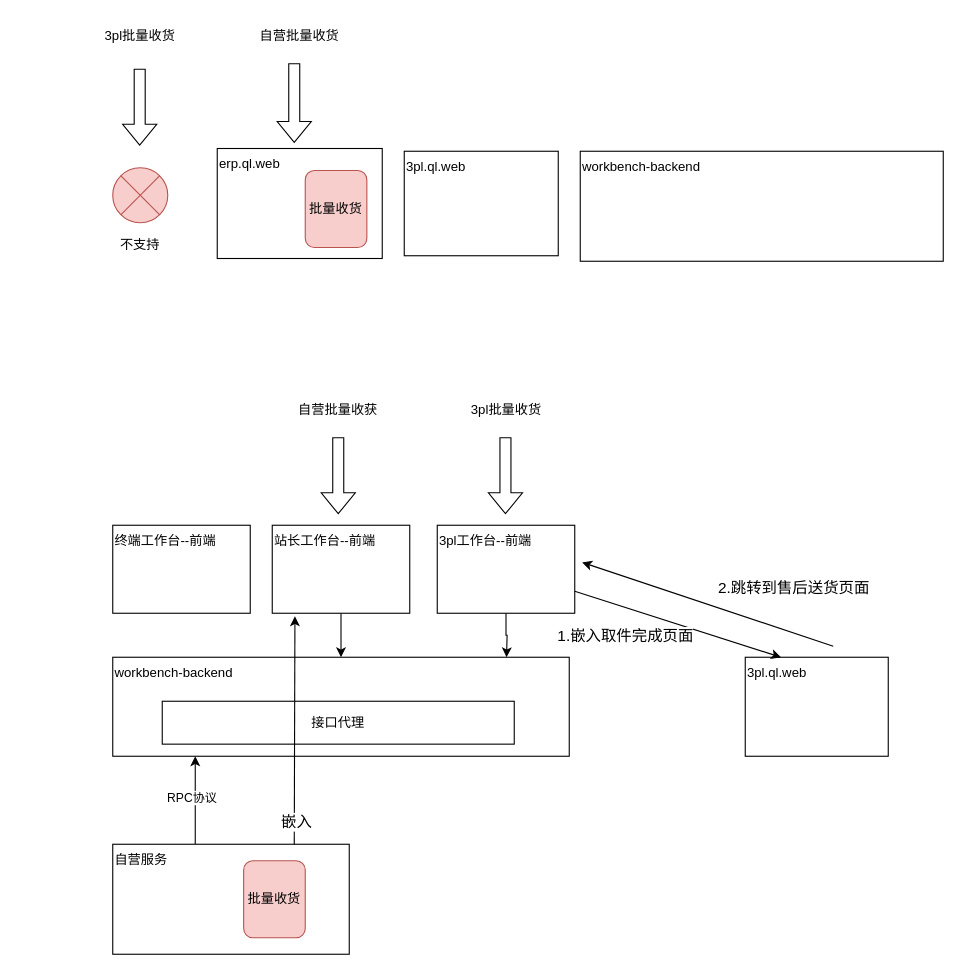
Earlier version of the draw.io diagram profile/零售批量收获与3pl系统关系.drawio (shin-asuka/master). Source tidied: cells renumbered, new cells numbered last; positions are measured from the earlier drawing's top-left corner, leaving out a move shared by most shapes. Both pictures are drawn from the tidied source at 110%, with x=0, y=0 at pixel (96, 19).
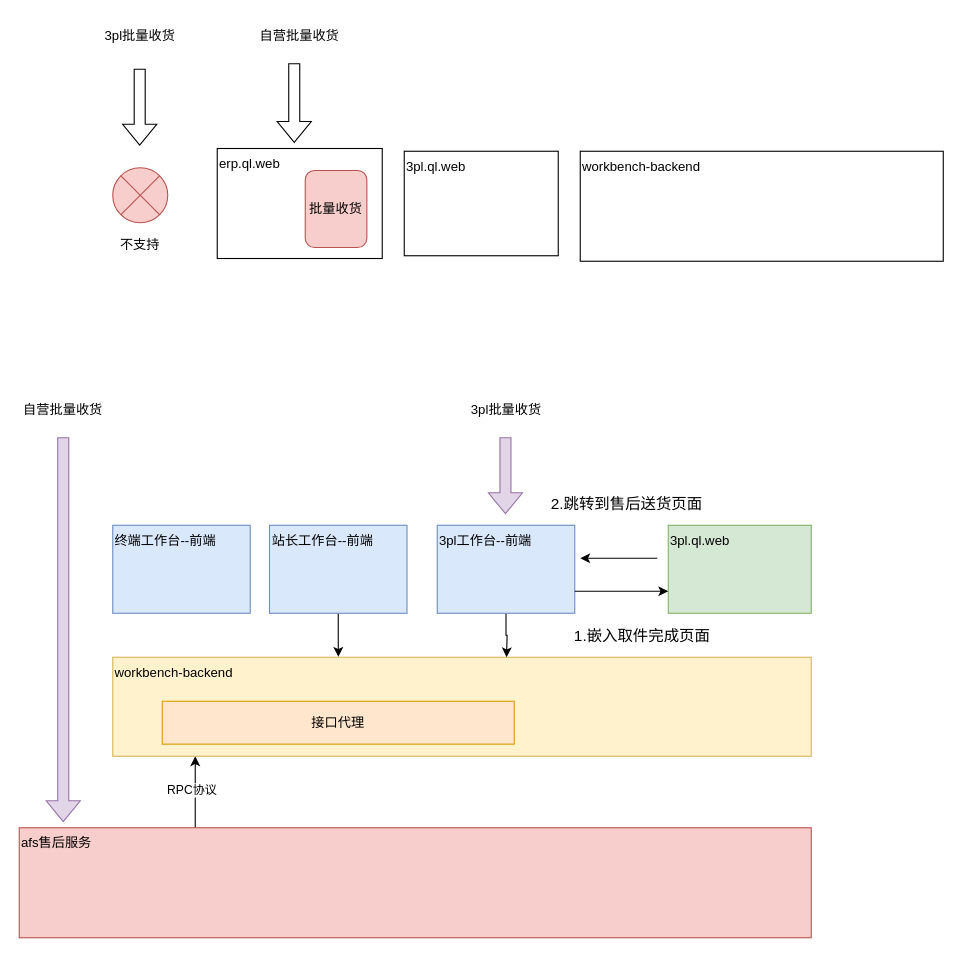
Above is the later version.

Commit message (it also covers changes not shown here):
更新零售批量收获与3pl系统关系.drawio

Diff of the diagram source:
```diff
@@
-    <mxCell id="14" value="自营服务" style="rounded=0;whiteSpace=wrap;html=1;verticalAlign=top;align=left;" parent="1" vertex="1">
-      <mxGeometry x="15" y="750" width="215" height="100" as="geometry" />
+    <mxCell id="14" value="afs售后服务" style="rounded=0;whiteSpace=wrap;html=1;verticalAlign=top;align=left;fillColor=#f8cecc;strokeColor=#b85450;" parent="1" vertex="1">
+      <mxGeometry x="-70" y="735" width="720" height="100" as="geometry" />
     </mxCell>
-    <mxCell id="15" value="3pl.ql.web" style="rounded=0;whiteSpace=wrap;html=1;verticalAlign=top;align=left;" parent="1" vertex="1">
-      <mxGeometry x="590" y="580" width="130" height="90" as="geometry" />
+    <mxCell id="15" value="3pl.ql.web" style="rounded=0;whiteSpace=wrap;html=1;verticalAlign=top;align=left;fillColor=#d5e8d4;strokeColor=#82b366;" parent="1" vertex="1">
+      <mxGeometry x="520" y="460" width="130" height="80" as="geometry" />
     </mxCell>
-    <mxCell id="16" value="workbench-backend" style="rounded=0;whiteSpace=wrap;html=1;align=left;verticalAlign=top;" parent="1" vertex="1">
-      <mxGeometry x="15" y="580" width="415" height="90" as="geometry" />
+    <mxCell id="16" value="workbench-backend" style="rounded=0;whiteSpace=wrap;html=1;align=left;verticalAlign=top;fillColor=#fff2cc;strokeColor=#d6b656;" parent="1" vertex="1">
+      <mxGeometry x="15" y="580" width="635" height="90" as="geometry" />
     </mxCell>
-    <mxCell id="17" value="批量收货" style="rounded=1;whiteSpace=wrap;html=1;fillColor=#f8cecc;strokeColor=#b85450;" parent="1" vertex="1">
-      <mxGeometry x="134" y="765" width="56" height="70" as="geometry" />
-    </mxCell>
-    <mxCell id="18" value="终端工作台--前端" style="rounded=0;whiteSpace=wrap;html=1;align=left;verticalAlign=top;" parent="1" vertex="1">
+    <mxCell id="18" value="终端工作台--前端" style="rounded=0;whiteSpace=wrap;html=1;align=left;verticalAlign=top;fillColor=#dae8fc;strokeColor=#6c8ebf;" parent="1" vertex="1">
       <mxGeometry x="15" y="460" width="125" height="80" as="geometry" />
     </mxCell>
-    <mxCell id="19" style="edgeStyle=orthogonalEdgeStyle;rounded=0;jettySize=auto;html=1;" parent="1" edge="1" source="20" target="16">
+    <mxCell id="19" style="edgeStyle=orthogonalEdgeStyle;rounded=0;jettySize=auto;html=1;entryX=0.323;entryY=-0.004;entryDx=0;entryDy=0;entryPerimeter=0;" parent="1" edge="1" source="20" target="16">
       <mxGeometry relative="1" as="geometry" />
     </mxCell>
-    <mxCell id="20" value="站长工作台--前端" style="rounded=0;whiteSpace=wrap;html=1;align=left;verticalAlign=top;" parent="1" vertex="1">
-      <mxGeometry x="160" y="460" width="125" height="80" as="geometry" />
+    <mxCell id="20" value="站长工作台--前端" style="rounded=0;whiteSpace=wrap;html=1;align=left;verticalAlign=top;fillColor=#dae8fc;strokeColor=#6c8ebf;" parent="1" vertex="1">
+      <mxGeometry x="157.5" y="460" width="125" height="80" as="geometry" />
     </mxCell>
@@
-    <mxCell id="22" value="3pl工作台--前端" style="rounded=0;whiteSpace=wrap;html=1;align=left;verticalAlign=top;" parent="1" vertex="1">
+    <mxCell id="22" value="3pl工作台--前端" style="rounded=0;whiteSpace=wrap;html=1;align=left;verticalAlign=top;fillColor=#dae8fc;strokeColor=#6c8ebf;" parent="1" vertex="1">
       <mxGeometry x="310" y="460" width="125" height="80" as="geometry" />
     </mxCell>
-    <mxCell id="23" style="shape=flexArrow;endArrow=classic;html=1;rounded=0;" parent="1" edge="1">
+    <mxCell id="23" style="shape=flexArrow;endArrow=classic;html=1;rounded=0;fillColor=#e1d5e7;strokeColor=#9673a6;" parent="1" edge="1">
       <mxGeometry relative="1" as="geometry">
-        <mxPoint x="220" y="380" as="sourcePoint" />
-        <mxPoint x="220" y="450" as="targetPoint" />
+        <mxPoint x="-30" y="380" as="sourcePoint" />
+        <mxPoint x="-30" y="730" as="targetPoint" />
       </mxGeometry>
     </mxCell>
-    <mxCell id="24" value="自营批量收获" style="text;html=1;strokeColor=none;fillColor=none;align=center;verticalAlign=middle;whiteSpace=wrap;rounded=0;" parent="1" vertex="1">
-      <mxGeometry x="180" y="340" width="80" height="30" as="geometry" />
-    </mxCell>
-    <mxCell id="25" style="shape=flexArrow;endArrow=classic;html=1;rounded=0;" parent="1" edge="1">
+    <mxCell id="25" style="shape=flexArrow;endArrow=classic;html=1;rounded=0;fillColor=#e1d5e7;strokeColor=#9673a6;" parent="1" edge="1">
       <mxGeometry relative="1" as="geometry">
         <mxPoint x="372" y="380" as="sourcePoint" />
         <mxPoint x="372" y="450" as="targetPoint" />
       </mxGeometry>
     </mxCell>
@@
-    <mxCell id="27" value="接口代理" style="rounded=0;whiteSpace=wrap;html=1;" parent="1" vertex="1">
+    <mxCell id="27" value="接口代理" style="rounded=0;whiteSpace=wrap;html=1;fillColor=#ffe6cc;strokeColor=#d79b00;" parent="1" vertex="1">
       <mxGeometry x="60" y="620" width="320" height="39" as="geometry" />
     </mxCell>
-    <mxCell id="28" style="endArrow=classic;html=1;rounded=0;entryX=0.25;entryY=0;entryDx=0;entryDy=0;exitX=1;exitY=0.75;exitDx=0;exitDy=0;" parent="1" edge="1" source="22" target="15">
-      <mxGeometry relative="1" as="geometry" />
+    <mxCell id="28" style="endArrow=classic;html=1;rounded=0;exitX=1;exitY=0.75;exitDx=0;exitDy=0;" parent="1" edge="1" source="22">
+      <mxGeometry relative="1" as="geometry">
+        <mxPoint x="520" y="520" as="targetPoint" />
+        <Array as="points">
+          <mxPoint x="520" y="520" />
+        </Array>
+      </mxGeometry>
     </mxCell>
     <mxCell id="29" value="1.嵌入取件完成页面" style="edgeLabel;html=1;align=center;verticalAlign=middle;fontSize=14;" parent="28" vertex="1">
       <mxGeometry x="-0.8" y="-1" relative="1" as="geometry">
-        <mxPoint x="27" y="33" as="offset" />
+        <mxPoint x="52" y="39" as="offset" />
       </mxGeometry>
     </mxCell>
-    <mxCell id="30" style="endArrow=classic;html=1;rounded=0;entryX=0.165;entryY=1.034;entryDx=0;entryDy=0;entryPerimeter=0;" parent="1" edge="1" target="20">
-      <mxGeometry relative="1" as="geometry">
-        <mxPoint x="180" y="750" as="sourcePoint" />
-      </mxGeometry>
-    </mxCell>
-    <mxCell id="31" value="嵌入" style="edgeLabel;html=1;align=center;verticalAlign=middle;fontSize=14;" parent="30" vertex="1">
-      <mxGeometry x="-0.8" y="-1" relative="1" as="geometry" />
-    </mxCell>
-    <mxCell id="32" style="endArrow=classic;html=1;rounded=0;entryX=1.054;entryY=0.422;entryDx=0;entryDy=0;entryPerimeter=0;" parent="1" edge="1" target="22">
+    <mxCell id="32" style="endArrow=classic;html=1;rounded=0;" parent="1" edge="1">
       <mxGeometry relative="1" as="geometry">
-        <mxPoint x="670" y="570" as="sourcePoint" />
+        <mxPoint x="510" y="490" as="sourcePoint" />
+        <mxPoint x="440" y="490" as="targetPoint" />
       </mxGeometry>
     </mxCell>
     <mxCell id="33" value="2.跳转到售后送货页面" style="edgeLabel;html=1;align=center;verticalAlign=middle;fontSize=14;" parent="32" vertex="1">
       <mxGeometry x="0.07" y="-3" relative="1" as="geometry">
-        <mxPoint x="85" y="-10" as="offset" />
+        <mxPoint x="8" y="-47" as="offset" />
       </mxGeometry>
     </mxCell>
+    <mxCell id="34" value="自营批量收货" style="text;html=1;strokeColor=none;fillColor=none;align=center;verticalAlign=middle;whiteSpace=wrap;rounded=0;" parent="1" vertex="1">
+      <mxGeometry x="-70" y="340" width="80" height="30" as="geometry" />
+    </mxCell>
```
